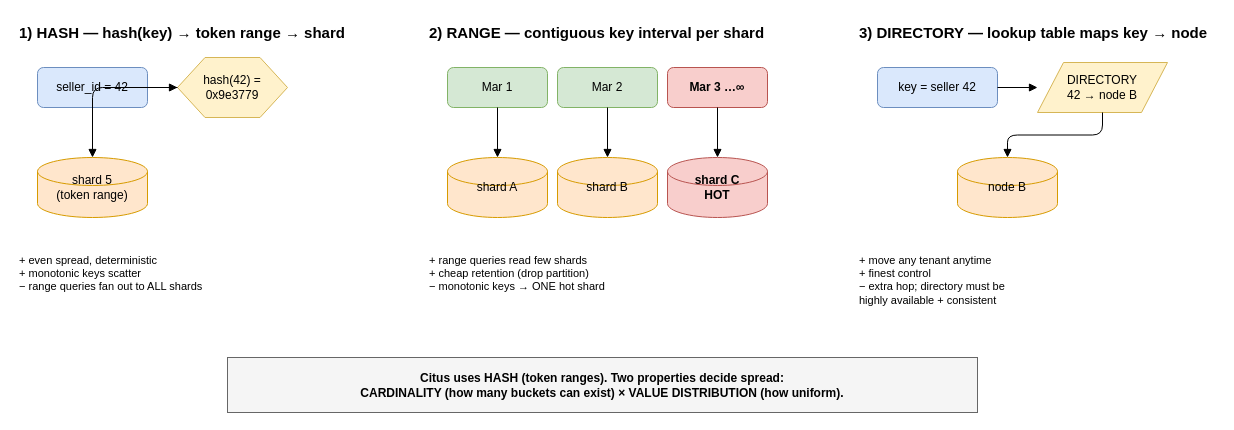
Before: docs/diagrams/shard-key-strategies.drawio in nitinkc/db-sharding, a draw.io diagram. Source tidied: cells renumbered, new cells numbered last; positions are measured from the earlier drawing's top-left corner, leaving out a move shared by most shapes. Both pictures are drawn from the tidied source at 100%, with x=0, y=0 at pixel (17, 17).
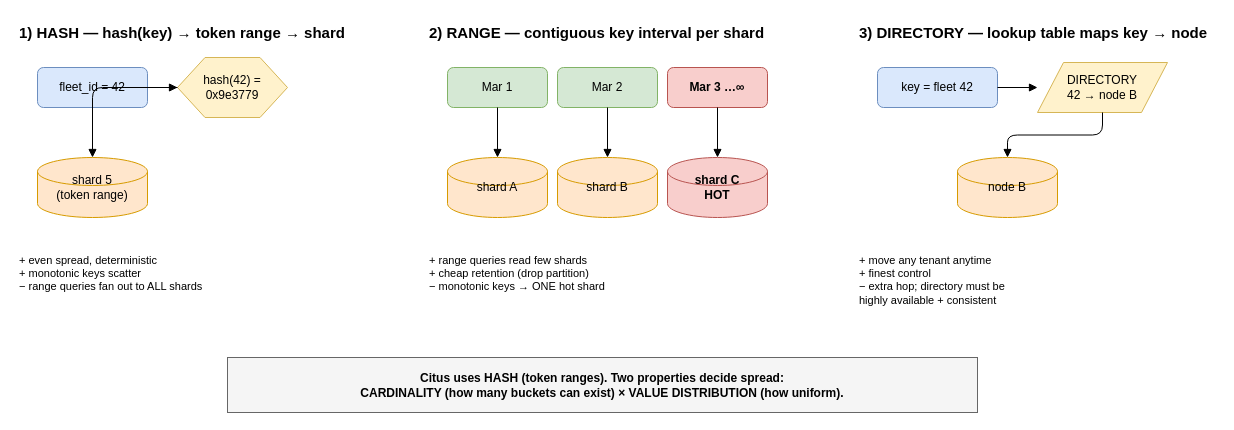
The same diagram, later.

Change to the diagram source:
```diff
@@
-    <mxCell id="5" value="seller_id = 42" style="rounded=1;html=1;whiteSpace=wrap;fillColor=#dae8fc;strokeColor=#6c8ebf;" parent="1" vertex="1">
+    <mxCell id="5" value="fleet_id = 42" style="rounded=1;html=1;whiteSpace=wrap;fillColor=#dae8fc;strokeColor=#6c8ebf;" parent="1" vertex="1">
       <mxGeometry x="20" y="50" width="110" height="40" as="geometry" />
     </mxCell>
@@
-    <mxCell id="21" value="key = seller 42" style="rounded=1;html=1;whiteSpace=wrap;fillColor=#dae8fc;strokeColor=#6c8ebf;" parent="1" vertex="1">
+    <mxCell id="21" value="key = fleet 42" style="rounded=1;html=1;whiteSpace=wrap;fillColor=#dae8fc;strokeColor=#6c8ebf;" parent="1" vertex="1">
       <mxGeometry x="860" y="50" width="120" height="40" as="geometry" />
     </mxCell>
```
